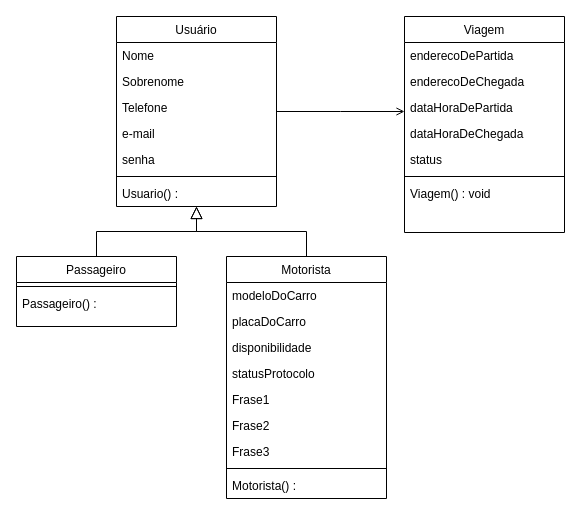
The draw.io diagram documentos/Entrega 1/Programação Orientada a Objetivos e Estrutura de Dados/Diagrama de Classe.drawio in 2025-1-NCC3/Projeto1, before the edit. Source tidied: cells renumbered, new cells numbered last; positions are measured from the earlier drawing's top-left corner, leaving out a move shared by most shapes. Both pictures are drawn from the tidied source at 100%, with x=0, y=0 at pixel (16, 16).
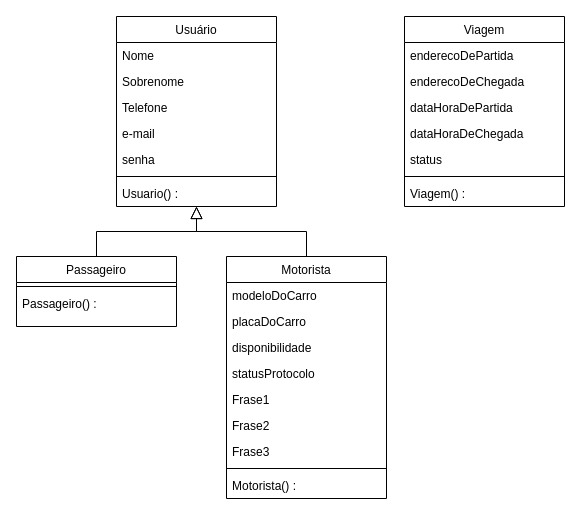
After the change.

Unchanged cells that the change refers to:
```xml
<mxCell id="2" value="Usuário" style="swimlane;fontStyle=0;align=center;verticalAlign=top;horizontal=1;startSize=26;rounded=0;shadow=0;strokeWidth=1;" parent="1" vertex="1">
  <mxGeometry x="100" width="160" height="190" as="geometry" />
</mxCell>
```

The edit, as a diff of the source:
```diff
@@
-    <mxCell id="9" value="Usuario() : " style="text;align=left;verticalAlign=top;spacingLeft=4;spacingRight=4;overflow=hidden;" parent="2" vertex="1">
+    <mxCell id="9" value="Usuario() : &#10;" style="text;align=left;verticalAlign=top;spacingLeft=4;spacingRight=4;overflow=hidden;" parent="2" vertex="1">
       <mxGeometry y="164" width="160" height="26" as="geometry" />
     </mxCell>
@@
     <mxCell id="25" value="Viagem" style="swimlane;fontStyle=0;align=center;verticalAlign=top;horizontal=1;startSize=26;rounded=0;shadow=0;strokeWidth=1;" parent="1" vertex="1">
-      <mxGeometry x="388" width="160" height="216" as="geometry" />
+      <mxGeometry x="388" width="160" height="190" as="geometry" />
     </mxCell>
@@
-    <mxCell id="32" value="Viagem() : void" style="text;align=left;verticalAlign=top;spacingLeft=4;spacingRight=4;overflow=hidden;" parent="25" vertex="1">
+    <mxCell id="32" value="Viagem() :" style="text;align=left;verticalAlign=top;spacingLeft=4;spacingRight=4;overflow=hidden;" parent="25" vertex="1">
       <mxGeometry y="164" width="160" height="26" as="geometry" />
     </mxCell>
-    <mxCell id="33" style="endArrow=open;shadow=0;strokeWidth=1;rounded=0;curved=0;endFill=1;edgeStyle=elbowEdgeStyle;elbow=vertical;" parent="1" edge="1" source="2" target="25">
-      <mxGeometry x="0.5" y="41" relative="1" as="geometry">
-        <mxPoint x="-40" y="32" as="offset" />
-      </mxGeometry>
-    </mxCell>
```
